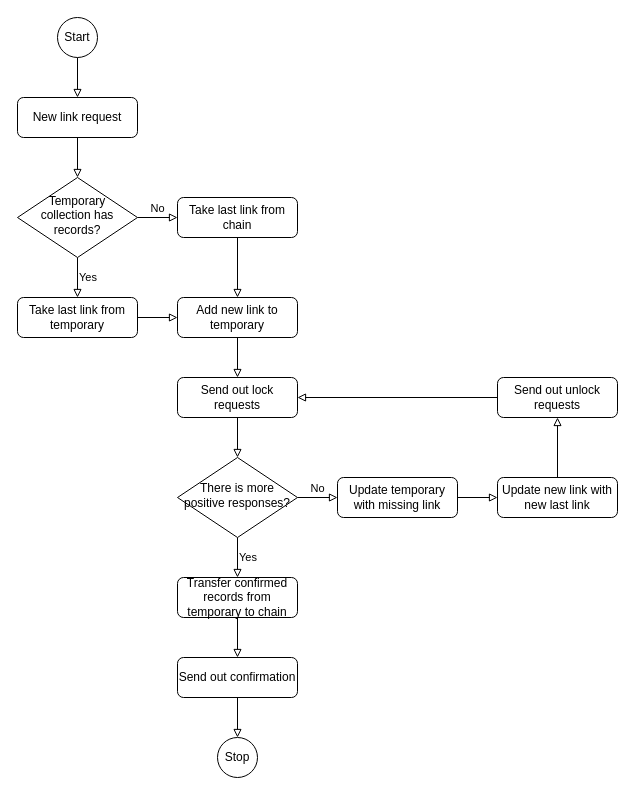
mateuszlapies/magisterka keeps this draw.io diagram as Docs/newlinkdiagram.drawio. Above is the earlier version. Source tidied: cells renumbered, new cells numbered last; positions are measured from the earlier drawing's top-left corner, leaving out a move shared by most shapes. Both pictures are drawn from the tidied source at 100%, with x=0, y=0 at pixel (17, 17).
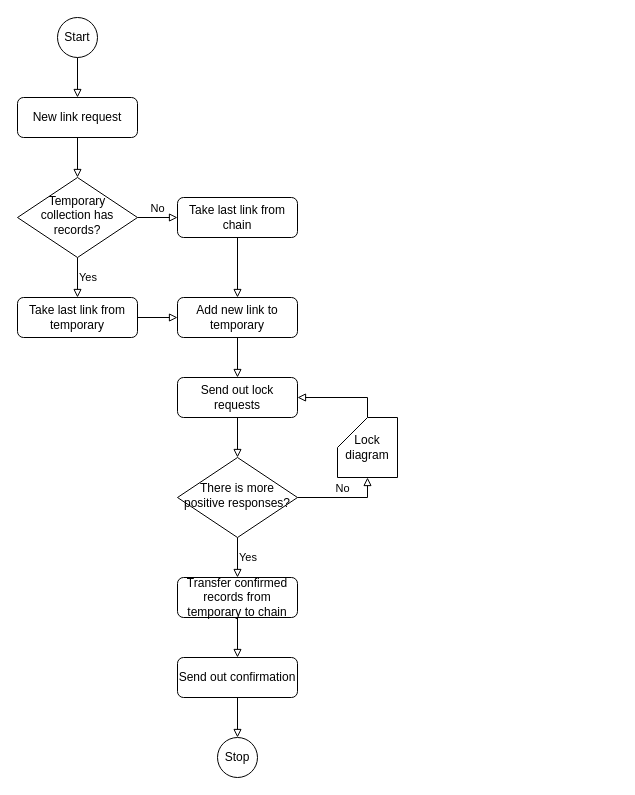
After the change.

Unchanged cells that the change refers to:
```xml
<mxCell id="16" value="Send out lock requests" style="rounded=1;whiteSpace=wrap;html=1;fontSize=12;glass=0;strokeWidth=1;shadow=0;" parent="1" vertex="1">
  <mxGeometry x="160" y="360" width="120" height="40" as="geometry" />
</mxCell>
<mxCell id="19" value="There is more positive responses?" style="rhombus;whiteSpace=wrap;html=1;shadow=0;fontFamily=Helvetica;fontSize=12;align=center;strokeWidth=1;spacing=6;spacingTop=-4;" parent="1" vertex="1">
  <mxGeometry x="160" y="440" width="120" height="80" as="geometry" />
</mxCell>
```

The edit, as a diff of the source:
```diff
@@
-    <mxCell id="17" value="No" style="edgeStyle=orthogonalEdgeStyle;rounded=0;jettySize=auto;html=1;exitX=1;exitY=0.5;exitDx=0;exitDy=0;entryX=0;entryY=0.5;entryDx=0;entryDy=0;endArrow=block;endFill=0;labelPosition=center;verticalLabelPosition=top;align=center;verticalAlign=bottom;" parent="1" edge="1" source="19" target="21">
+    <mxCell id="17" value="No" style="edgeStyle=orthogonalEdgeStyle;rounded=0;jettySize=auto;html=1;exitX=1;exitY=0.5;exitDx=0;exitDy=0;endArrow=block;endFill=0;labelPosition=center;verticalLabelPosition=top;align=center;verticalAlign=bottom;entryX=0.5;entryY=1;entryDx=0;entryDy=0;entryPerimeter=0;" parent="1" edge="1" source="19" target="32">
       <mxGeometry relative="1" as="geometry" />
     </mxCell>
@@
-    <mxCell id="20" style="edgeStyle=orthogonalEdgeStyle;rounded=0;jettySize=auto;html=1;exitX=1;exitY=0.5;exitDx=0;exitDy=0;entryX=0;entryY=0.5;entryDx=0;entryDy=0;endArrow=block;endFill=0;" parent="1" edge="1" source="21" target="25">
-      <mxGeometry relative="1" as="geometry" />
-    </mxCell>
-    <mxCell id="21" value="Update temporary with missing link" style="rounded=1;whiteSpace=wrap;html=1;fontSize=12;glass=0;strokeWidth=1;shadow=0;" parent="1" vertex="1">
-      <mxGeometry x="320" y="460" width="120" height="40" as="geometry" />
-    </mxCell>
@@
-    <mxCell id="24" style="edgeStyle=orthogonalEdgeStyle;rounded=0;jettySize=auto;html=1;exitX=0.5;exitY=0;exitDx=0;exitDy=0;entryX=0.5;entryY=1;entryDx=0;entryDy=0;endArrow=block;endFill=0;" parent="1" edge="1" source="25" target="27">
-      <mxGeometry relative="1" as="geometry" />
-    </mxCell>
-    <mxCell id="25" value="Update new link with new last link" style="rounded=1;whiteSpace=wrap;html=1;fontSize=12;glass=0;strokeWidth=1;shadow=0;" parent="1" vertex="1">
-      <mxGeometry x="480" y="460" width="120" height="40" as="geometry" />
-    </mxCell>
-    <mxCell id="26" style="edgeStyle=orthogonalEdgeStyle;rounded=0;jettySize=auto;html=1;exitX=0;exitY=0.5;exitDx=0;exitDy=0;entryX=1;entryY=0.5;entryDx=0;entryDy=0;endArrow=block;endFill=0;" parent="1" edge="1" source="27" target="16">
-      <mxGeometry relative="1" as="geometry" />
-    </mxCell>
-    <mxCell id="27" value="Send out unlock requests" style="rounded=1;whiteSpace=wrap;html=1;fontSize=12;glass=0;strokeWidth=1;shadow=0;" parent="1" vertex="1">
-      <mxGeometry x="480" y="360" width="120" height="40" as="geometry" />
-    </mxCell>
@@
+    <mxCell id="31" style="edgeStyle=orthogonalEdgeStyle;rounded=0;jettySize=auto;html=1;exitX=0;exitY=0;exitDx=30;exitDy=0;exitPerimeter=0;entryX=1;entryY=0.5;entryDx=0;entryDy=0;endArrow=block;endFill=0;" parent="1" edge="1" source="32" target="16">
+      <mxGeometry relative="1" as="geometry" />
+    </mxCell>
+    <mxCell id="32" value="Lock diagram" style="shape=card;whiteSpace=wrap;html=1;" parent="1" vertex="1">
+      <mxGeometry x="320" y="400" width="60" height="60" as="geometry" />
+    </mxCell>
```
